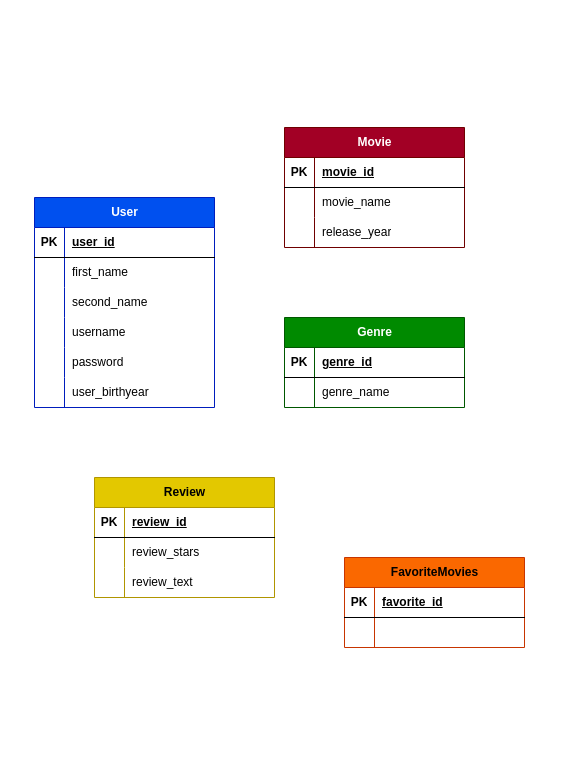
This is 10.11.2024/more-detailed_ER.drawio from Kikkoust/movie-rest-api, a draw.io file, before an edit. Source tidied: cells renumbered, new cells numbered last; positions are measured from the earlier drawing's top-left corner, leaving out a move shared by most shapes. Both pictures are drawn from the tidied source at 100%, with x=0, y=0 at pixel (34, 127).
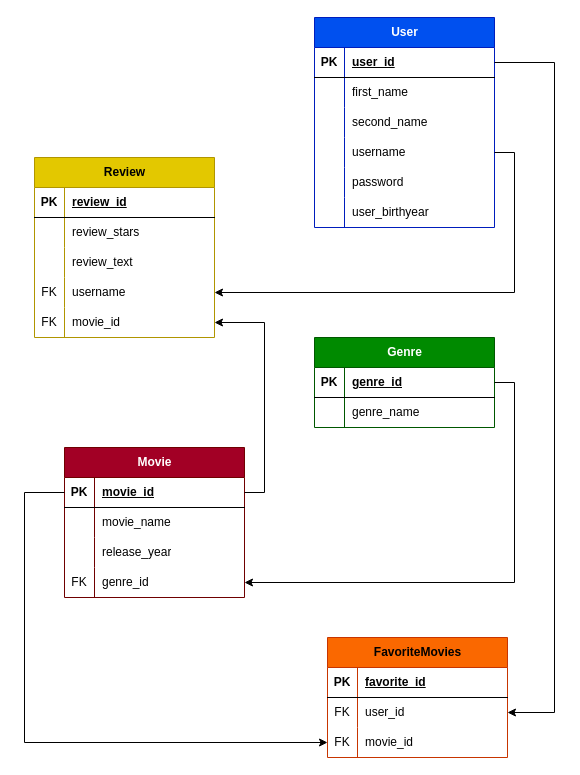
Above is the later version.

Commit message (it also covers changes not shown here):
paranteluja tehty more detailed ER pohjaan.

The change refers to these unchanged cells:
```xml
<mxCell id="3" style="shape=tableRow;horizontal=0;startSize=0;swimlaneHead=0;swimlaneBody=0;fillColor=none;points=[[0,0.5],[1,0.5]];portConstraint=eastwest;top=0;left=0;right=0;bottom=1;" parent="2" vertex="1">
  <mxGeometry y="30" width="180" height="30" as="geometry" />
</mxCell>
<mxCell id="12" style="shape=tableRow;horizontal=0;startSize=0;swimlaneHead=0;swimlaneBody=0;fillColor=none;points=[[0,0.5],[1,0.5]];portConstraint=eastwest;top=0;left=0;right=0;bottom=0;" parent="2" vertex="1">
  <mxGeometry y="120" width="180" height="30" as="geometry" />
</mxCell>
<mxCell id="22" style="shape=tableRow;horizontal=0;startSize=0;swimlaneHead=0;swimlaneBody=0;fillColor=none;points=[[0,0.5],[1,0.5]];portConstraint=eastwest;top=0;left=0;right=0;bottom=1;" parent="21" vertex="1">
  <mxGeometry y="30" width="180" height="30" as="geometry" />
</mxCell>
<mxCell id="32" style="shape=tableRow;horizontal=0;startSize=0;swimlaneHead=0;swimlaneBody=0;fillColor=none;points=[[0,0.5],[1,0.5]];portConstraint=eastwest;top=0;left=0;right=0;bottom=1;" parent="31" vertex="1">
  <mxGeometry y="30" width="180" height="30" as="geometry" />
</mxCell>
<mxCell id="42" style="shape=tableRow;horizontal=0;startSize=0;swimlaneHead=0;swimlaneBody=0;fillColor=none;points=[[0,0.5],[1,0.5]];portConstraint=eastwest;top=0;left=0;right=0;bottom=0;" parent="38" vertex="1">
  <mxGeometry y="60" width="180" height="30" as="geometry" />
</mxCell>
```

Diff of the diagram source:
```diff
@@
     <mxCell id="2" value="User" style="shape=table;startSize=30;childLayout=tableLayout;rowLines=0;fontStyle=1;align=center;html=1;fillColor=#0050ef;fontColor=#ffffff;strokeColor=#001DBC;" parent="1" vertex="1">
-      <mxGeometry y="70" width="180" height="210" as="geometry" />
+      <mxGeometry x="280" y="-110" width="180" height="210" as="geometry" />
     </mxCell>
@@
     <mxCell id="21" value="Movie" style="shape=table;startSize=30;childLayout=tableLayout;rowLines=0;fontStyle=1;align=center;html=1;fillColor=#a20025;fontColor=#ffffff;strokeColor=#6F0000;" parent="1" vertex="1">
-      <mxGeometry x="250" width="180" height="120" as="geometry" />
+      <mxGeometry x="30" y="320" width="180" height="150" as="geometry" />
     </mxCell>
@@
+    <mxCell id="55" style="shape=tableRow;horizontal=0;startSize=0;swimlaneHead=0;swimlaneBody=0;fillColor=none;points=[[0,0.5],[1,0.5]];portConstraint=eastwest;top=0;left=0;right=0;bottom=0;" parent="21" vertex="1">
+      <mxGeometry y="120" width="180" height="30" as="geometry" />
+    </mxCell>
+    <mxCell id="56" value="FK" style="shape=partialRectangle;fillColor=none;top=0;left=0;bottom=0;right=0;overflow=hidden;whiteSpace=wrap;html=1;" parent="55" vertex="1">
+      <mxGeometry width="30" height="30" as="geometry" />
+    </mxCell>
+    <mxCell id="57" value="genre_id" style="shape=partialRectangle;fillColor=none;top=0;left=0;bottom=0;right=0;align=left;spacingLeft=6;overflow=hidden;whiteSpace=wrap;html=1;" parent="55" vertex="1">
+      <mxGeometry x="30" width="150" height="30" as="geometry" />
+    </mxCell>
     <mxCell id="31" value="Genre" style="shape=table;startSize=30;childLayout=tableLayout;rowLines=0;fontStyle=1;align=center;html=1;fillColor=#008a00;fontColor=#ffffff;strokeColor=#005700;" parent="1" vertex="1">
-      <mxGeometry x="250" y="190" width="180" height="90" as="geometry" />
+      <mxGeometry x="280" y="210" width="180" height="90" as="geometry" />
     </mxCell>
@@
     <mxCell id="38" value="FavoriteMovies" style="shape=table;startSize=30;childLayout=tableLayout;rowLines=0;fontStyle=1;align=center;html=1;fillColor=#fa6800;fontColor=#000000;strokeColor=#C73500;" parent="1" vertex="1">
-      <mxGeometry x="310" y="430" width="180" height="90" as="geometry" />
+      <mxGeometry x="293" y="510" width="180" height="120" as="geometry" />
     </mxCell>
@@
-    <mxCell id="43" style="shape=partialRectangle;fillColor=none;top=0;left=0;bottom=0;right=0;overflow=hidden;whiteSpace=wrap;html=1;" parent="42" vertex="1">
+    <mxCell id="43" value="FK" style="shape=partialRectangle;fillColor=none;top=0;left=0;bottom=0;right=0;overflow=hidden;whiteSpace=wrap;html=1;" parent="42" vertex="1">
       <mxGeometry width="30" height="30" as="geometry" />
     </mxCell>
-    <mxCell id="44" style="shape=partialRectangle;fillColor=none;top=0;left=0;bottom=0;right=0;align=left;spacingLeft=6;overflow=hidden;whiteSpace=wrap;html=1;" parent="42" vertex="1">
+    <mxCell id="44" value="user_id" style="shape=partialRectangle;fillColor=none;top=0;left=0;bottom=0;right=0;align=left;spacingLeft=6;overflow=hidden;whiteSpace=wrap;html=1;" parent="42" vertex="1">
       <mxGeometry x="30" width="150" height="30" as="geometry" />
     </mxCell>
+    <mxCell id="58" style="shape=tableRow;horizontal=0;startSize=0;swimlaneHead=0;swimlaneBody=0;fillColor=none;points=[[0,0.5],[1,0.5]];portConstraint=eastwest;top=0;left=0;right=0;bottom=0;" parent="38" vertex="1">
+      <mxGeometry y="90" width="180" height="30" as="geometry" />
+    </mxCell>
+    <mxCell id="59" value="FK" style="shape=partialRectangle;fillColor=none;top=0;left=0;bottom=0;right=0;overflow=hidden;whiteSpace=wrap;html=1;" parent="58" vertex="1">
+      <mxGeometry width="30" height="30" as="geometry" />
+    </mxCell>
+    <mxCell id="60" value="movie_id" style="shape=partialRectangle;fillColor=none;top=0;left=0;bottom=0;right=0;align=left;spacingLeft=6;overflow=hidden;whiteSpace=wrap;html=1;" parent="58" vertex="1">
+      <mxGeometry x="30" width="150" height="30" as="geometry" />
+    </mxCell>
     <mxCell id="45" value="Review" style="shape=table;startSize=30;childLayout=tableLayout;rowLines=0;fontStyle=1;align=center;html=1;fillColor=#e3c800;fontColor=#000000;strokeColor=#B09500;" parent="1" vertex="1">
-      <mxGeometry x="60" y="350" width="180" height="120" as="geometry" />
+      <mxGeometry y="30" width="180" height="180" as="geometry" />
     </mxCell>
@@
+    <mxCell id="61" style="shape=tableRow;horizontal=0;startSize=0;swimlaneHead=0;swimlaneBody=0;fillColor=none;top=0;left=0;right=0;bottom=0;" parent="45" vertex="1">
+      <mxGeometry y="90" width="180" height="30" as="geometry" />
+    </mxCell>
+    <mxCell id="62" style="shape=partialRectangle;fillColor=none;top=0;left=0;bottom=0;right=0;overflow=hidden;whiteSpace=wrap;html=1;" parent="61" vertex="1">
+      <mxGeometry width="30" height="30" as="geometry" />
+    </mxCell>
+    <mxCell id="63" value="review_text" style="shape=partialRectangle;fillColor=none;top=0;left=0;bottom=0;right=0;align=left;spacingLeft=6;overflow=hidden;whiteSpace=wrap;html=1;" parent="61" vertex="1">
+      <mxGeometry x="30" width="150" height="30" as="geometry" />
+    </mxCell>
+    <mxCell id="64" style="shape=tableRow;horizontal=0;startSize=0;swimlaneHead=0;swimlaneBody=0;fillColor=none;points=[[0,0.5],[1,0.5]];portConstraint=eastwest;top=0;left=0;right=0;bottom=0;" parent="45" vertex="1">
+      <mxGeometry y="120" width="180" height="30" as="geometry" />
+    </mxCell>
+    <mxCell id="65" value="FK" style="shape=partialRectangle;fillColor=none;top=0;left=0;bottom=0;right=0;overflow=hidden;whiteSpace=wrap;html=1;" parent="64" vertex="1">
+      <mxGeometry width="30" height="30" as="geometry" />
+    </mxCell>
+    <mxCell id="66" value="username" style="shape=partialRectangle;fillColor=none;top=0;left=0;bottom=0;right=0;align=left;spacingLeft=6;overflow=hidden;whiteSpace=wrap;html=1;" parent="64" vertex="1">
+      <mxGeometry x="30" width="150" height="30" as="geometry" />
+    </mxCell>
     <mxCell id="52" style="shape=tableRow;horizontal=0;startSize=0;swimlaneHead=0;swimlaneBody=0;fillColor=none;points=[[0,0.5],[1,0.5]];portConstraint=eastwest;top=0;left=0;right=0;bottom=0;" parent="45" vertex="1">
-      <mxGeometry y="90" width="180" height="30" as="geometry" />
+      <mxGeometry y="150" width="180" height="30" as="geometry" />
     </mxCell>
-    <mxCell id="53" style="shape=partialRectangle;fillColor=none;top=0;left=0;bottom=0;right=0;overflow=hidden;whiteSpace=wrap;html=1;" parent="52" vertex="1">
+    <mxCell id="53" value="FK" style="shape=partialRectangle;fillColor=none;top=0;left=0;bottom=0;right=0;overflow=hidden;whiteSpace=wrap;html=1;" parent="52" vertex="1">
       <mxGeometry width="30" height="30" as="geometry" />
     </mxCell>
-    <mxCell id="54" value="review_text" style="shape=partialRectangle;fillColor=none;top=0;left=0;bottom=0;right=0;align=left;spacingLeft=6;overflow=hidden;whiteSpace=wrap;html=1;" parent="52" vertex="1">
+    <mxCell id="54" value="movie_id" style="shape=partialRectangle;fillColor=none;top=0;left=0;bottom=0;right=0;align=left;spacingLeft=6;overflow=hidden;whiteSpace=wrap;html=1;" parent="52" vertex="1">
       <mxGeometry x="30" width="150" height="30" as="geometry" />
     </mxCell>
+    <mxCell id="67" style="edgeStyle=orthogonalEdgeStyle;rounded=0;jettySize=auto;html=1;exitX=1;exitY=0.5;exitDx=0;exitDy=0;entryX=1;entryY=0.5;entryDx=0;entryDy=0;" parent="1" edge="1" source="32" target="55">
+      <mxGeometry relative="1" as="geometry" />
+    </mxCell>
+    <mxCell id="68" style="edgeStyle=orthogonalEdgeStyle;rounded=0;jettySize=auto;html=1;exitX=1;exitY=0.5;exitDx=0;exitDy=0;entryX=1;entryY=0.5;entryDx=0;entryDy=0;" parent="1" edge="1" source="12" target="64">
+      <mxGeometry relative="1" as="geometry" />
+    </mxCell>
+    <mxCell id="69" style="edgeStyle=orthogonalEdgeStyle;rounded=0;jettySize=auto;html=1;exitX=1;exitY=0.5;exitDx=0;exitDy=0;entryX=1;entryY=0.5;entryDx=0;entryDy=0;" parent="1" edge="1" source="3" target="42">
+      <mxGeometry relative="1" as="geometry">
+        <Array as="points">
+          <mxPoint x="520" y="-65" />
+          <mxPoint x="520" y="585" />
+        </Array>
+      </mxGeometry>
+    </mxCell>
+    <mxCell id="70" style="edgeStyle=orthogonalEdgeStyle;rounded=0;jettySize=auto;html=1;exitX=0;exitY=0.5;exitDx=0;exitDy=0;entryX=0;entryY=0.5;entryDx=0;entryDy=0;" parent="1" edge="1" source="22" target="58">
+      <mxGeometry relative="1" as="geometry">
+        <Array as="points">
+          <mxPoint x="-10" y="365" />
+          <mxPoint x="-10" y="615" />
+        </Array>
+      </mxGeometry>
+    </mxCell>
+    <mxCell id="71" style="edgeStyle=orthogonalEdgeStyle;rounded=0;jettySize=auto;html=1;exitX=1;exitY=0.5;exitDx=0;exitDy=0;entryX=1;entryY=0.5;entryDx=0;entryDy=0;" parent="1" edge="1" source="22" target="52">
+      <mxGeometry relative="1" as="geometry" />
+    </mxCell>
```
